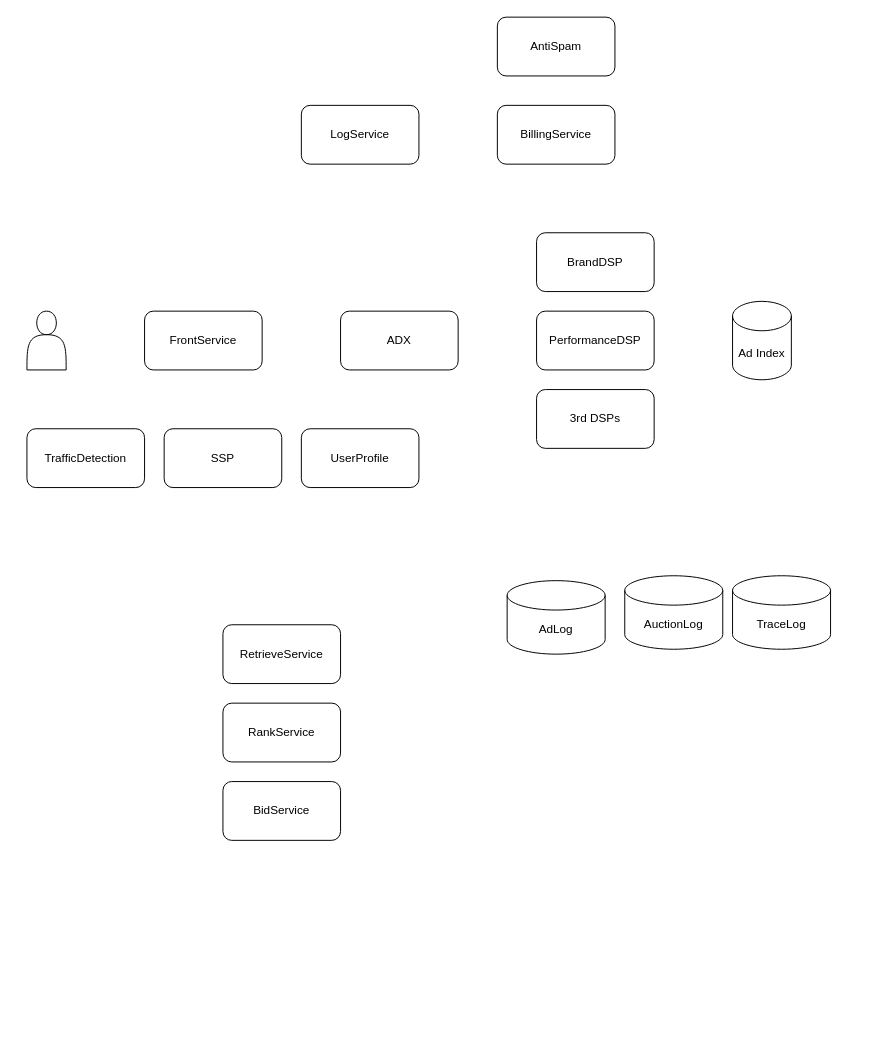
Earlier version of the draw.io diagram ad_system_lite.drawio (ZiqingYip/moment). Source tidied: cells renumbered, new cells numbered last; positions are measured from the earlier drawing's top-left corner, leaving out a move shared by most shapes. Both pictures are drawn from the tidied source at 98%, with x=0, y=0 at pixel (26, 17).
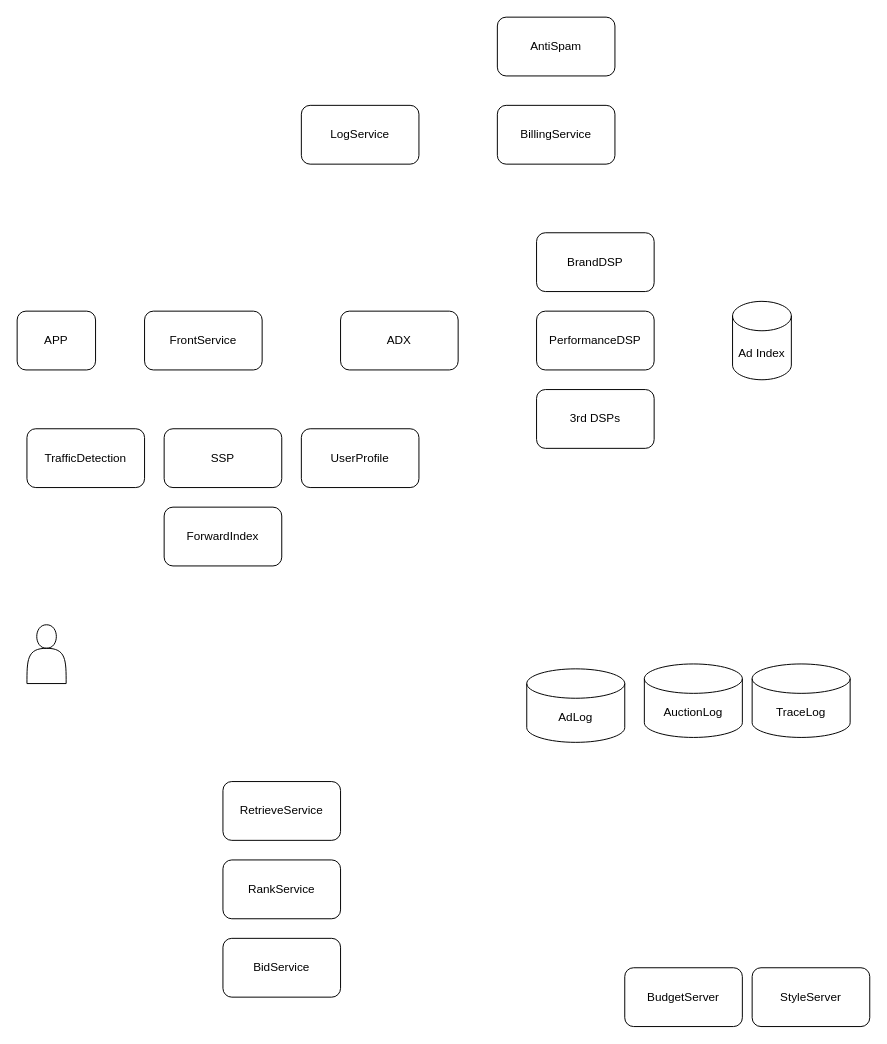
The same page after the edit.

Diff of the diagram source:
```diff
@@
     <mxCell id="2" style="shape=actor;whiteSpace=wrap;html=1;" parent="1" vertex="1">
-      <mxGeometry y="300" width="40" height="60" as="geometry" />
+      <mxGeometry y="620" width="40" height="60" as="geometry" />
     </mxCell>
@@
     <mxCell id="14" value="RetrieveService" style="rounded=1;whiteSpace=wrap;html=1;" parent="1" vertex="1">
-      <mxGeometry x="200" y="620" width="120" height="60" as="geometry" />
+      <mxGeometry x="200" y="780" width="120" height="60" as="geometry" />
     </mxCell>
     <mxCell id="15" value="RankService" style="rounded=1;whiteSpace=wrap;html=1;" parent="1" vertex="1">
-      <mxGeometry x="200" y="700" width="120" height="60" as="geometry" />
+      <mxGeometry x="200" y="860" width="120" height="60" as="geometry" />
     </mxCell>
     <mxCell id="16" value="BidService" style="rounded=1;whiteSpace=wrap;html=1;" parent="1" vertex="1">
-      <mxGeometry x="200" y="780" width="120" height="60" as="geometry" />
+      <mxGeometry x="200" y="940" width="120" height="60" as="geometry" />
     </mxCell>
     <mxCell id="17" value="AuctionLog" style="shape=cylinder3;whiteSpace=wrap;html=1;boundedLbl=1;backgroundOutline=1;size=15;" parent="1" vertex="1">
-      <mxGeometry x="610" y="570" width="100" height="75" as="geometry" />
+      <mxGeometry x="630" y="660" width="100" height="75" as="geometry" />
     </mxCell>
     <mxCell id="18" value="AdLog" style="shape=cylinder3;whiteSpace=wrap;html=1;boundedLbl=1;backgroundOutline=1;size=15;" parent="1" vertex="1">
-      <mxGeometry x="490" y="575" width="100" height="75" as="geometry" />
+      <mxGeometry x="510" y="665" width="100" height="75" as="geometry" />
     </mxCell>
     <mxCell id="19" value="TraceLog" style="shape=cylinder3;whiteSpace=wrap;html=1;boundedLbl=1;backgroundOutline=1;size=15;" parent="1" vertex="1">
-      <mxGeometry x="720" y="570" width="100" height="75" as="geometry" />
+      <mxGeometry x="740" y="660" width="100" height="75" as="geometry" />
     </mxCell>
@@
+    <mxCell id="21" value="APP" style="rounded=1;whiteSpace=wrap;html=1;" parent="1" vertex="1">
+      <mxGeometry x="-10" y="300" width="80" height="60" as="geometry" />
+    </mxCell>
+    <mxCell id="22" value="ForwardIndex" style="rounded=1;whiteSpace=wrap;html=1;" parent="1" vertex="1">
+      <mxGeometry x="140" y="500" width="120" height="60" as="geometry" />
+    </mxCell>
+    <mxCell id="23" value="BudgetServer" style="rounded=1;whiteSpace=wrap;html=1;" parent="1" vertex="1">
+      <mxGeometry x="610" y="970" width="120" height="60" as="geometry" />
+    </mxCell>
+    <mxCell id="24" value="StyleServer" style="rounded=1;whiteSpace=wrap;html=1;" parent="1" vertex="1">
+      <mxGeometry x="740" y="970" width="120" height="60" as="geometry" />
+    </mxCell>
```
